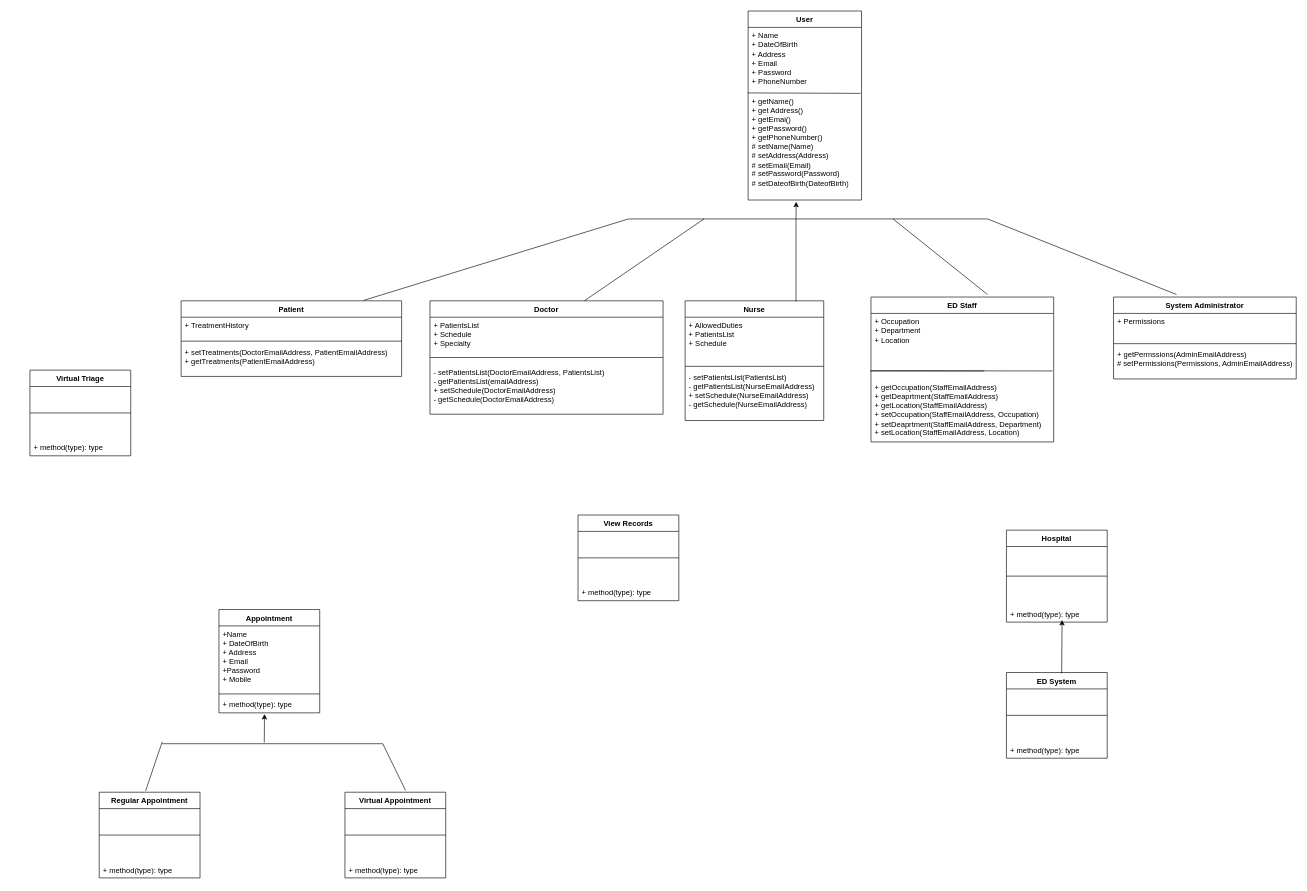
Earlier version of the draw.io diagram ClassDiagram_M2.drawio (SENG-350-2024-fall/Team-6). Source tidied: cells renumbered, new cells numbered last; positions are measured from the earlier drawing's top-left corner, leaving out a move shared by most shapes. Both pictures are drawn from the tidied source at 63%, with x=0, y=0 at pixel (30, 11).
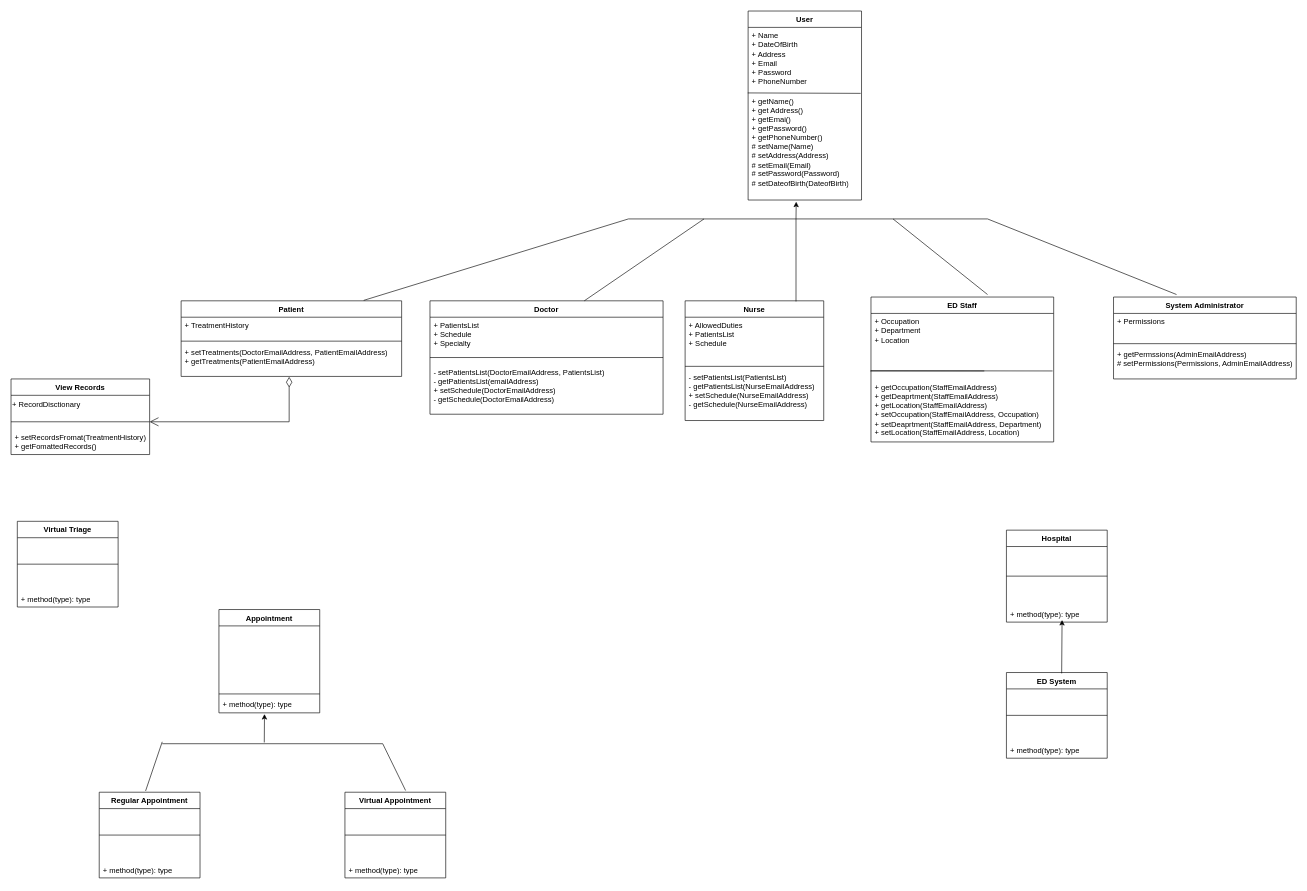
The same page after the edit.

Unchanged cells that the change refers to:
```xml
<mxCell id="9" value="&lt;div&gt;+ setTreatments(DoctorEmailAddress, Patient&lt;span style=&quot;background-color: initial;&quot;&gt;EmailAddress&lt;/span&gt;&lt;span style=&quot;background-color: initial;&quot;&gt;)&lt;/span&gt;&lt;/div&gt;&lt;div&gt;&lt;span style=&quot;background-color: initial;&quot;&gt;+&amp;nbsp;&lt;/span&gt;&lt;span style=&quot;background-color: initial;&quot;&gt;getTreatments(Patient&lt;/span&gt;&lt;span style=&quot;background-color: initial;&quot;&gt;EmailAddress&lt;/span&gt;&lt;span style=&quot;background-color: initial;&quot;&gt;)&lt;/span&gt;&lt;/div&gt;&lt;div&gt;&lt;br&gt;&lt;/div&gt;&lt;div&gt;&lt;span style=&quot;background-color: initial;&quot;&gt;&lt;br&gt;&lt;/span&gt;&lt;/div&gt;" style="text;strokeColor=none;fillColor=none;align=left;verticalAlign=top;spacingLeft=4;spacingRight=4;overflow=hidden;points=[[0,0.5],[1,0.5]];portConstraint=eastwest;whiteSpace=wrap;html=1;" parent="6" vertex="1">
  <mxGeometry y="68" width="350" height="52" as="geometry" />
</mxCell>
<mxCell id="27" value="Appointment" style="swimlane;fontStyle=1;align=center;verticalAlign=top;horizontal=1;startSize=26;whiteSpace=wrap;html=1;" parent="1" vertex="1">
  <mxGeometry x="300" y="950" width="160" height="164" as="geometry" />
</mxCell>
```

Change to the diagram source:
```diff
@@
-    <mxCell id="28" value="&lt;div&gt;+Name&lt;/div&gt;&lt;div&gt;+ DateOfBirth&lt;/div&gt;&lt;div&gt;+ Address&lt;/div&gt;&lt;div&gt;+ Email&lt;/div&gt;&lt;div&gt;+Password&lt;/div&gt;&lt;div&gt;+ Mobile&lt;br&gt;&lt;/div&gt;" style="text;strokeColor=none;fillColor=none;align=left;verticalAlign=top;spacingLeft=4;spacingRight=4;overflow=hidden;whiteSpace=wrap;html=1;" parent="27" vertex="1">
+    <mxCell id="28" value="&lt;div&gt;&lt;br&gt;&lt;/div&gt;" style="text;strokeColor=none;fillColor=none;align=left;verticalAlign=top;spacingLeft=4;spacingRight=4;overflow=hidden;whiteSpace=wrap;html=1;" parent="27" vertex="1">
       <mxGeometry y="26" width="160" height="104" as="geometry" />
     </mxCell>
@@
     <mxCell id="43" value="Virtual Triage" style="swimlane;fontStyle=1;align=center;verticalAlign=top;horizontal=1;startSize=26;whiteSpace=wrap;html=1;" parent="1" vertex="1">
-      <mxGeometry y="570" width="160" height="136" as="geometry" />
+      <mxGeometry x="-20" y="810" width="160" height="136" as="geometry" />
     </mxCell>
@@
     <mxCell id="46" value="View Records" style="swimlane;fontStyle=1;align=center;verticalAlign=top;horizontal=1;startSize=26;whiteSpace=wrap;html=1;" parent="1" vertex="1">
-      <mxGeometry x="870" y="800" width="160" height="136" as="geometry" />
+      <mxGeometry x="-30" y="584" width="220" height="120" as="geometry" />
     </mxCell>
+    <mxCell id="61" value="+ RecordDisctionary" style="text;html=1;align=left;verticalAlign=middle;strokeColor=none;fillColor=none;" parent="46" vertex="1">
+      <mxGeometry y="26" width="220" height="30" as="geometry" />
+    </mxCell>
     <mxCell id="47" style="line;strokeWidth=1;fillColor=none;align=left;verticalAlign=middle;spacingTop=-1;spacingLeft=3;spacingRight=3;labelPosition=right;points=[];portConstraint=eastwest;strokeColor=inherit;" parent="46" vertex="1">
-      <mxGeometry y="26" width="160" height="84" as="geometry" />
+      <mxGeometry y="56" width="220" height="24" as="geometry" />
     </mxCell>
-    <mxCell id="48" value="+ method(type): type" style="text;strokeColor=none;fillColor=none;align=left;verticalAlign=top;spacingLeft=4;spacingRight=4;overflow=hidden;whiteSpace=wrap;html=1;" parent="46" vertex="1">
-      <mxGeometry y="110" width="160" height="26" as="geometry" />
+    <mxCell id="48" value="+ setRecordsFromat(TreatmentHistory)&lt;div&gt;+ getFomattedRecords()&lt;/div&gt;" style="text;strokeColor=none;fillColor=none;align=left;verticalAlign=top;spacingLeft=4;spacingRight=4;overflow=hidden;whiteSpace=wrap;html=1;" parent="46" vertex="1">
+      <mxGeometry y="80" width="220" height="40" as="geometry" />
     </mxCell>
@@
+    <mxCell id="62" style="endArrow=open;html=1;endSize=12;startArrow=diamondThin;startSize=14;startFill=0;edgeStyle=orthogonalEdgeStyle;align=left;verticalAlign=bottom;rounded=0;exitX=0.49;exitY=1.013;exitDx=0;exitDy=0;exitPerimeter=0;" parent="1" edge="1" source="9" target="47">
+      <mxGeometry x="-1" y="3" relative="1" as="geometry" />
+    </mxCell>
```
